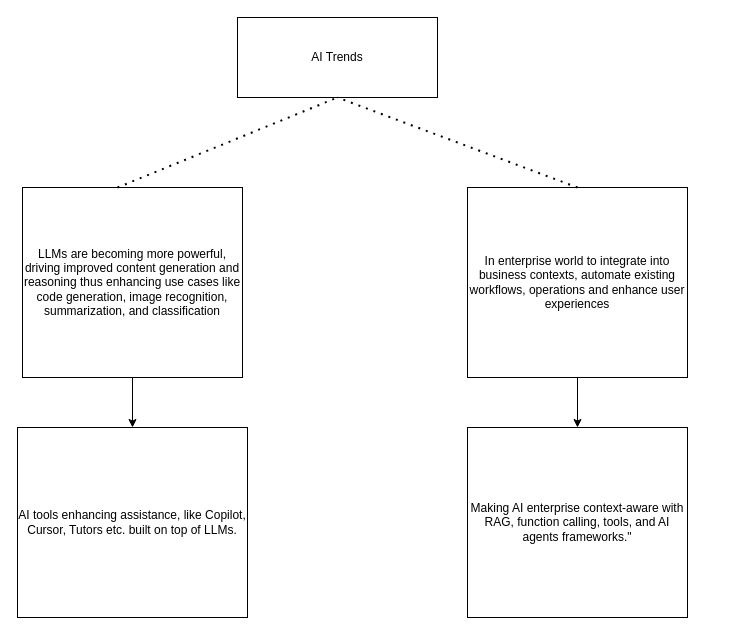
Earlier version of the draw.io diagram page "Page-1" (1 of 2) of draw.io/Untitled Diagram.drawio (ajaynarang/diagrams). Source tidied: cells renumbered, new cells numbered last; positions are measured from the earlier drawing's top-left corner, leaving out a move shared by most shapes. Both pictures are drawn from the tidied source at 100%, with x=0, y=0 at pixel (17, 17).
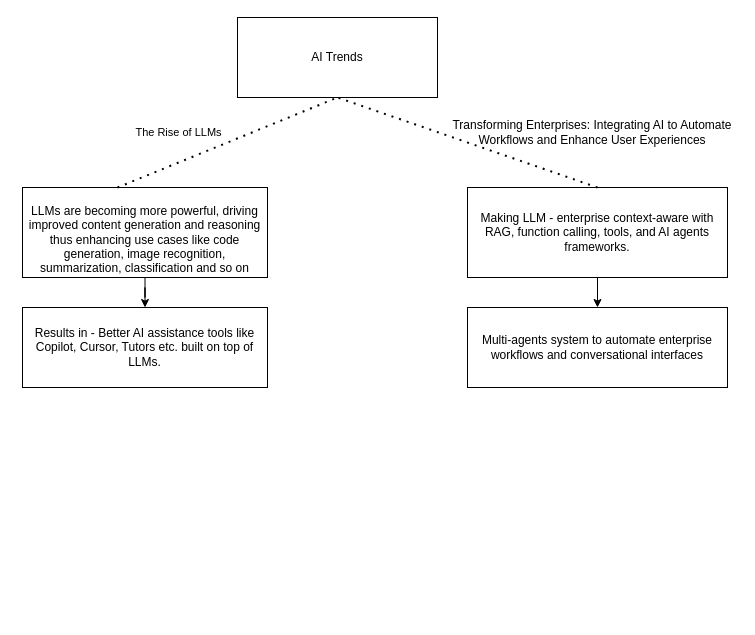
After the change.

Diff of the diagram source:
```diff
@@
 <mxGraphModel>
   <root>
     <mxCell id="0" />
     <mxCell id="1" parent="0" />
     <mxCell id="2" value="AI Trends" style="rounded=0;whiteSpace=wrap;html=1;" parent="1" vertex="1">
       <mxGeometry x="220" width="200" height="80" as="geometry" />
     </mxCell>
     <mxCell id="3" style="edgeStyle=orthogonalEdgeStyle;rounded=0;jettySize=auto;html=1;" parent="1" edge="1" source="4" target="5">
       <mxGeometry relative="1" as="geometry" />
     </mxCell>
-    <mxCell id="4" value="LLMs are becoming more powerful, driving improved content generation and reasoning thus enhancing use cases like code generation, image recognition, summarization, and classification" style="rounded=0;whiteSpace=wrap;html=1;" parent="1" vertex="1">
-      <mxGeometry x="5" y="170" width="220" height="190" as="geometry" />
+    <mxCell id="4" value="&lt;div&gt;&lt;br&gt;&lt;/div&gt;LLMs are becoming more powerful, driving improved content generation and reasoning thus enhancing use cases like code generation, image recognition, summarization, classification and so on" style="rounded=0;whiteSpace=wrap;html=1;" parent="1" vertex="1">
+      <mxGeometry x="5" y="170" width="245" height="90" as="geometry" />
     </mxCell>
-    <mxCell id="5" value="AI tools enhancing assistance, like Copilot, Cursor, Tutors etc. built on top of LLMs." style="rounded=0;whiteSpace=wrap;html=1;" parent="1" vertex="1">
-      <mxGeometry y="410" width="230" height="190" as="geometry" />
+    <mxCell id="5" value="Results in - Better AI assistance tools like Copilot, Cursor, Tutors etc. built on top of LLMs." style="rounded=0;whiteSpace=wrap;html=1;" parent="1" vertex="1">
+      <mxGeometry x="5" y="290" width="245" height="80" as="geometry" />
     </mxCell>
     <mxCell id="6" style="endArrow=none;dashed=1;html=1;dashPattern=1 3;strokeWidth=2;rounded=0;entryX=0.5;entryY=1;entryDx=0;entryDy=0;" parent="1" edge="1" target="2">
       <mxGeometry relative="1" as="geometry">
         <mxPoint x="100" y="170" as="sourcePoint" />
       </mxGeometry>
     </mxCell>
+    <mxCell id="11" value="The Rise of LLMs" style="edgeLabel;html=1;align=center;verticalAlign=middle;fontStyle=0;" parent="6" vertex="1">
+      <mxGeometry x="-0.01" y="2" relative="1" as="geometry">
+        <mxPoint x="-48" y="-9" as="offset" />
+      </mxGeometry>
+    </mxCell>
-    <mxCell id="7" style="edgeStyle=orthogonalEdgeStyle;rounded=0;jettySize=auto;html=1;" parent="1" edge="1" source="8" target="9">
-      <mxGeometry relative="1" as="geometry" />
+    <mxCell id="7" style="edgeStyle=orthogonalEdgeStyle;rounded=0;jettySize=auto;html=1;" parent="1" edge="1" target="9">
+      <mxGeometry relative="1" as="geometry">
+        <mxPoint x="580" y="240" as="sourcePoint" />
+      </mxGeometry>
     </mxCell>
-    <mxCell id="8" value="In enterprise world to integrate into business contexts, automate existing workflows, operations and enhance user experiences" style="rounded=0;whiteSpace=wrap;html=1;" parent="1" vertex="1">
-      <mxGeometry x="450" y="170" width="220" height="190" as="geometry" />
-    </mxCell>
+    <mxCell id="12" style="edgeStyle=orthogonalEdgeStyle;rounded=0;jettySize=auto;html=1;" parent="1" edge="1" source="9" target="14">
+      <mxGeometry relative="1" as="geometry" />
+    </mxCell>
-    <mxCell id="9" value="&lt;p&gt;Making AI enterprise context-aware with RAG, function calling, tools, and AI agents frameworks.&quot;&lt;/p&gt;" style="rounded=0;whiteSpace=wrap;html=1;" parent="1" vertex="1">
-      <mxGeometry x="450" y="410" width="220" height="190" as="geometry" />
+    <mxCell id="9" value="&lt;p&gt;Making LLM - enterprise context-aware with RAG, function calling, tools, and AI agents frameworks.&lt;/p&gt;" style="rounded=0;whiteSpace=wrap;html=1;" parent="1" vertex="1">
+      <mxGeometry x="450" y="170" width="260" height="90" as="geometry" />
     </mxCell>
-    <mxCell id="10" style="endArrow=none;dashed=1;html=1;dashPattern=1 3;strokeWidth=2;rounded=0;exitX=0.5;exitY=0;exitDx=0;exitDy=0;entryX=0.5;entryY=1;entryDx=0;entryDy=0;" parent="1" edge="1" source="8" target="2">
-      <mxGeometry relative="1" as="geometry" />
+    <mxCell id="10" style="endArrow=none;dashed=1;html=1;dashPattern=1 3;strokeWidth=2;rounded=0;exitX=0.5;exitY=0;exitDx=0;exitDy=0;entryX=0.5;entryY=1;entryDx=0;entryDy=0;fontStyle=1;" parent="1" edge="1" target="2">
+      <mxGeometry relative="1" as="geometry">
+        <mxPoint x="580" y="170" as="sourcePoint" />
+      </mxGeometry>
     </mxCell>
+    <mxCell id="13" value="Transforming Enterprises: Integrating AI to Automate Workflows and Enhance User Experiences" style="text;html=1;align=center;verticalAlign=middle;whiteSpace=wrap;rounded=0;" parent="1" vertex="1">
+      <mxGeometry x="430" y="100" width="290" height="30" as="geometry" />
+    </mxCell>
+    <mxCell id="14" value="&lt;p&gt;Multi-agents system to automate enterprise workflows and conversational interfaces&lt;/p&gt;" style="rounded=0;whiteSpace=wrap;html=1;" parent="1" vertex="1">
+      <mxGeometry x="450" y="290" width="260" height="80" as="geometry" />
+    </mxCell>
   </root>
 </mxGraphModel>
```
